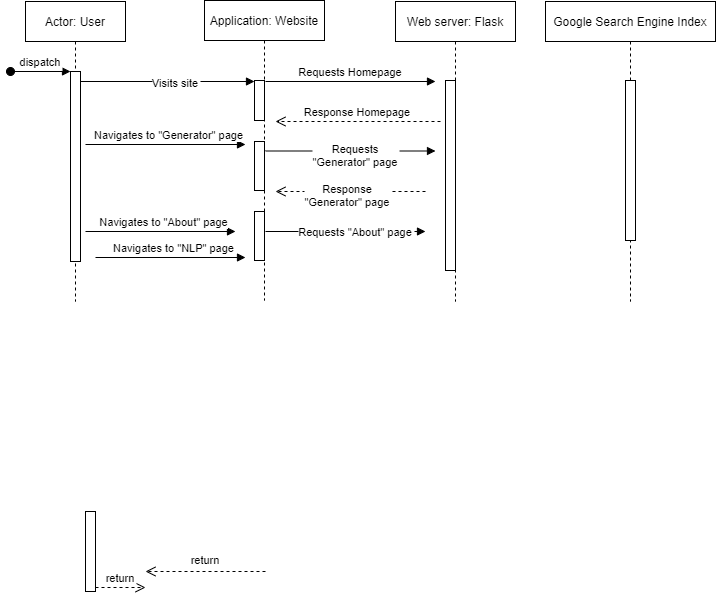
The draw.io diagram Documentation/Design/GIFT-UML-Sequence-Diagram.png in John8790909/Generating-Infographics-from-Text, before a commit. Source tidied: cells renumbered, new cells last; positions are measured from the earlier drawing's top-left corner, leaving out a move shared by most shapes.
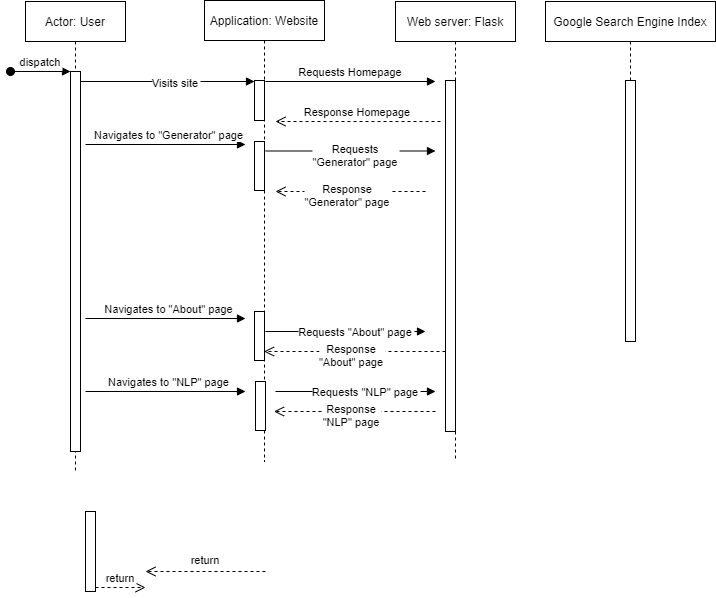
After the commit.

The edit, as a diff of the source:
```diff
@@ -3,10 +3,10 @@
     <mxCell id="0" />
     <mxCell id="1" parent="0" />
     <mxCell id="2" value="Actor: User" style="shape=umlLifeline;perimeter=lifelinePerimeter;rounded=0;shadow=0;strokeWidth=1;fontStyle=0;" parent="1" vertex="1">
-      <mxGeometry x="15" y="1" width="100" height="300" as="geometry" />
+      <mxGeometry x="15" y="1" width="100" height="470" as="geometry" />
     </mxCell>
     <mxCell id="3" style="points=[];perimeter=orthogonalPerimeter;rounded=0;shadow=0;strokeWidth=1;" parent="2" vertex="1">
-      <mxGeometry x="45" y="70" width="10" height="190" as="geometry" />
+      <mxGeometry x="45" y="70" width="10" height="380" as="geometry" />
     </mxCell>
     <mxCell id="4" value="dispatch" style="verticalAlign=bottom;startArrow=oval;endArrow=block;startSize=8;shadow=0;strokeWidth=1;" parent="2" edge="1" target="3">
       <mxGeometry relative="1" as="geometry">
@@ -14,7 +14,7 @@
       </mxGeometry>
     </mxCell>
     <mxCell id="5" value="Application: Website" style="shape=umlLifeline;perimeter=lifelinePerimeter;rounded=0;shadow=0;strokeWidth=1;" parent="1" vertex="1">
-      <mxGeometry x="194" width="120" height="300" as="geometry" />
+      <mxGeometry x="194" width="120" height="461" as="geometry" />
     </mxCell>
     <mxCell id="6" style="perimeter=orthogonalPerimeter;rounded=0;shadow=0;strokeWidth=1;" parent="5" vertex="1">
       <mxGeometry x="50" y="80" width="10" height="40" as="geometry" />
@@ -23,7 +23,7 @@
       <mxGeometry x="50" y="141" width="10" height="49" as="geometry" />
     </mxCell>
     <mxCell id="8" style="perimeter=orthogonalPerimeter;rounded=0;shadow=0;strokeWidth=1;" parent="5" vertex="1">
-      <mxGeometry x="50" y="211" width="10" height="49" as="geometry" />
+      <mxGeometry x="50" y="311" width="10" height="49" as="geometry" />
     </mxCell>
     <mxCell id="9" value="return" style="verticalAlign=bottom;endArrow=open;dashed=1;endSize=8;shadow=0;strokeWidth=1;" parent="1" edge="1">
       <mxGeometry y="-2" relative="1" as="geometry">
@@ -43,10 +43,10 @@
       </mxGeometry>
     </mxCell>
     <mxCell id="12" value="Web server: Flask" style="shape=umlLifeline;perimeter=lifelinePerimeter;rounded=0;shadow=0;strokeWidth=1;" parent="1" vertex="1">
-      <mxGeometry x="385" y="1" width="120" height="300" as="geometry" />
+      <mxGeometry x="385" y="1" width="120" height="460" as="geometry" />
     </mxCell>
     <mxCell id="13" style="perimeter=orthogonalPerimeter;rounded=0;shadow=0;strokeWidth=1;" parent="12" vertex="1">
-      <mxGeometry x="50" y="79" width="10" height="190" as="geometry" />
+      <mxGeometry x="50" y="79" width="10" height="351" as="geometry" />
     </mxCell>
     <mxCell id="14" value="Requests Homepage" style="verticalAlign=bottom;endArrow=block;entryX=0;entryY=0;shadow=0;strokeWidth=1;" parent="1" edge="1">
       <mxGeometry relative="1" as="geometry">
@@ -83,27 +83,48 @@
     </mxCell>
     <mxCell id="20" value="Navigates to &quot;About&quot; page" style="verticalAlign=bottom;endArrow=block;shadow=0;strokeWidth=1;html=1;" parent="1" edge="1">
       <mxGeometry x="0.03" relative="1" as="geometry">
-        <mxPoint x="75" y="231" as="sourcePoint" />
-        <mxPoint x="225" y="231" as="targetPoint" />
+        <mxPoint x="75" y="318" as="sourcePoint" />
+        <mxPoint x="235" y="318" as="targetPoint" />
       </mxGeometry>
     </mxCell>
     <mxCell id="21" value="Navigates to &quot;NLP&quot; page" style="verticalAlign=bottom;endArrow=block;shadow=0;strokeWidth=1;html=1;" parent="1" edge="1">
       <mxGeometry x="0.03" relative="1" as="geometry">
-        <mxPoint x="85" y="257" as="sourcePoint" />
-        <mxPoint x="235" y="257" as="targetPoint" />
+        <mxPoint x="75" y="391" as="sourcePoint" />
+        <mxPoint x="235" y="391" as="targetPoint" />
       </mxGeometry>
     </mxCell>
     <mxCell id="22" value="Google Search Engine Index" style="shape=umlLifeline;perimeter=lifelinePerimeter;rounded=0;shadow=0;strokeWidth=1;" parent="1" vertex="1">
-      <mxGeometry x="535" y="1" width="170" height="300" as="geometry" />
+      <mxGeometry x="535" y="1" width="170" height="340" as="geometry" />
     </mxCell>
     <mxCell id="23" style="perimeter=orthogonalPerimeter;rounded=0;shadow=0;strokeWidth=1;" parent="22" vertex="1">
-      <mxGeometry x="80" y="79" width="10" height="160" as="geometry" />
+      <mxGeometry x="80" y="79" width="10" height="261" as="geometry" />
     </mxCell>
     <mxCell id="24" value="Requests &quot;About&quot; page" style="verticalAlign=bottom;endArrow=block;shadow=0;strokeWidth=1;" parent="1" edge="1">
       <mxGeometry x="0.12" y="-10" relative="1" as="geometry">
-        <mxPoint x="255" y="231" as="sourcePoint" />
-        <mxPoint x="415" y="231" as="targetPoint" />
+        <mxPoint x="255" y="331" as="sourcePoint" />
+        <mxPoint x="415" y="331" as="targetPoint" />
       </mxGeometry>
     </mxCell>
+    <mxCell id="25" value="Response&#10;&quot;About&quot; page" style="verticalAlign=bottom;endArrow=open;dashed=1;endSize=8;shadow=0;strokeWidth=1;" parent="1" edge="1">
+      <mxGeometry x="0.04" y="20" relative="1" as="geometry">
+        <mxPoint x="435" y="351" as="sourcePoint" />
+        <mxPoint x="253.5" y="351" as="targetPoint" />
+      </mxGeometry>
+    </mxCell>
+    <mxCell id="26" value="Requests &quot;NLP&quot; page" style="verticalAlign=bottom;endArrow=block;shadow=0;strokeWidth=1;" parent="1" edge="1">
+      <mxGeometry x="0.12" y="-10" relative="1" as="geometry">
+        <mxPoint x="265" y="391" as="sourcePoint" />
+        <mxPoint x="425" y="391" as="targetPoint" />
+      </mxGeometry>
+    </mxCell>
+    <mxCell id="27" value="Response&#10;&quot;NLP&quot; page" style="verticalAlign=bottom;endArrow=open;dashed=1;endSize=8;shadow=0;strokeWidth=1;" parent="1" edge="1">
+      <mxGeometry x="0.04" y="20" relative="1" as="geometry">
+        <mxPoint x="425" y="411" as="sourcePoint" />
+        <mxPoint x="263.5" y="411" as="targetPoint" />
+      </mxGeometry>
+    </mxCell>
+    <mxCell id="28" style="perimeter=orthogonalPerimeter;rounded=0;shadow=0;strokeWidth=1;" parent="1" vertex="1">
+      <mxGeometry x="245" y="381" width="10" height="49" as="geometry" />
+    </mxCell>
   </root>
 </mxGraphModel>
```
